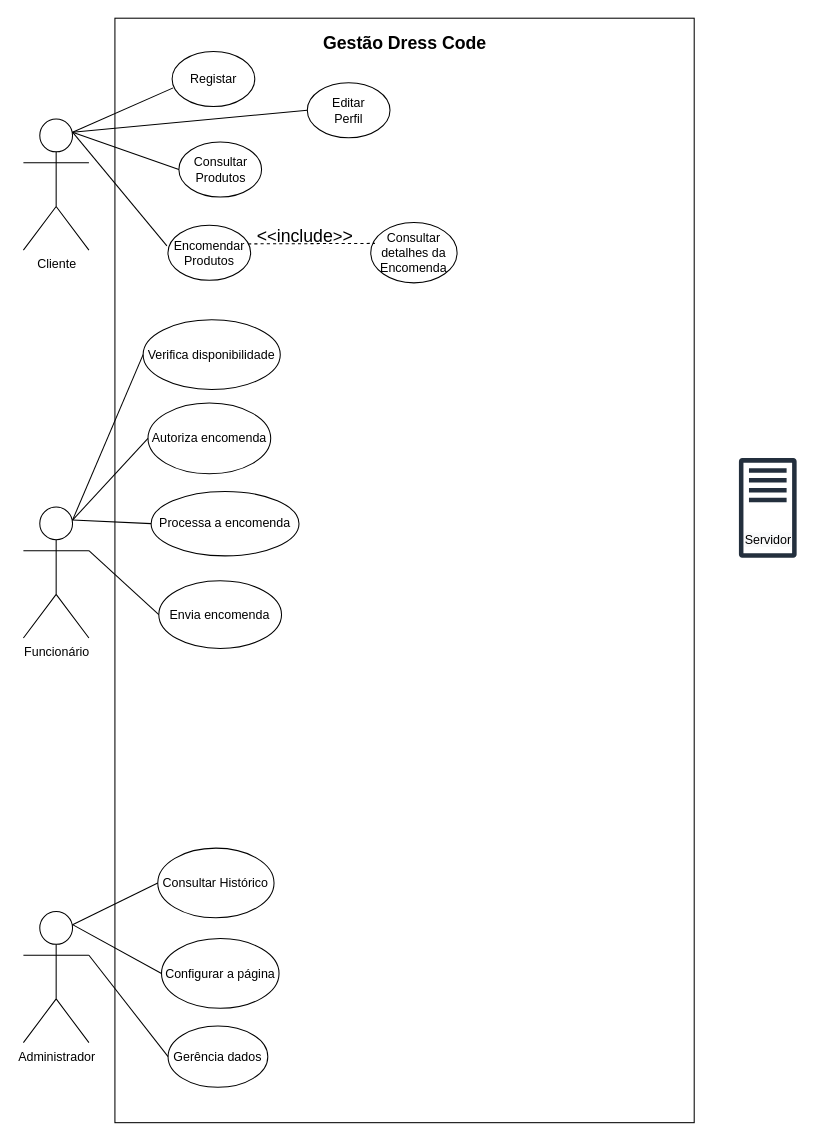
Earlier version of the draw.io diagram Casos de Uso.drawio (JoshuaJones27/FetchCode). Source tidied: cells renumbered, new cells numbered last; positions are measured from the earlier drawing's top-left corner, leaving out a move shared by most shapes. Both pictures are drawn from the tidied source at 104%, with x=0, y=0 at pixel (23, 18).
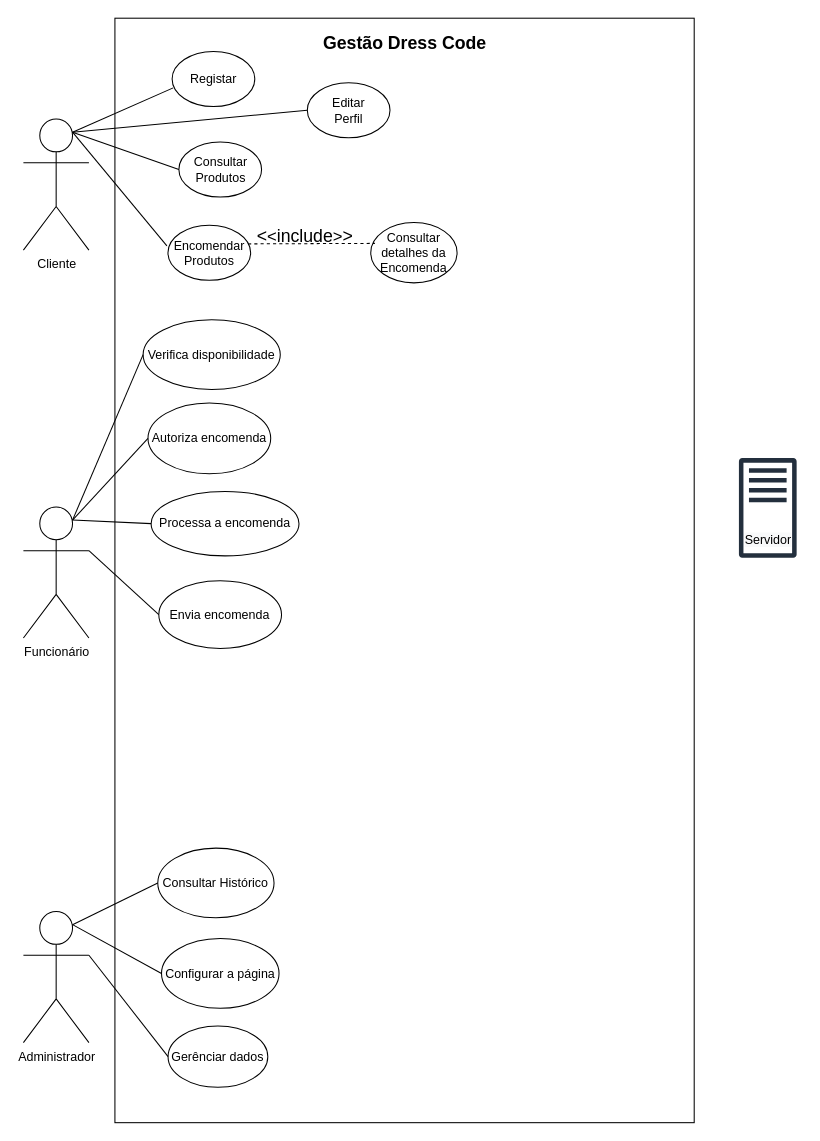
After the change.

What changed in the source:
```diff
@@
-    <mxCell id="24" value="Gerência dados" style="ellipse;whiteSpace=wrap;html=1;" parent="1" vertex="1">
+    <mxCell id="24" value="Gerênciar dados" style="ellipse;whiteSpace=wrap;html=1;" parent="1" vertex="1">
       <mxGeometry x="139.1" y="969" width="95.9" height="59" as="geometry" />
     </mxCell>
```
